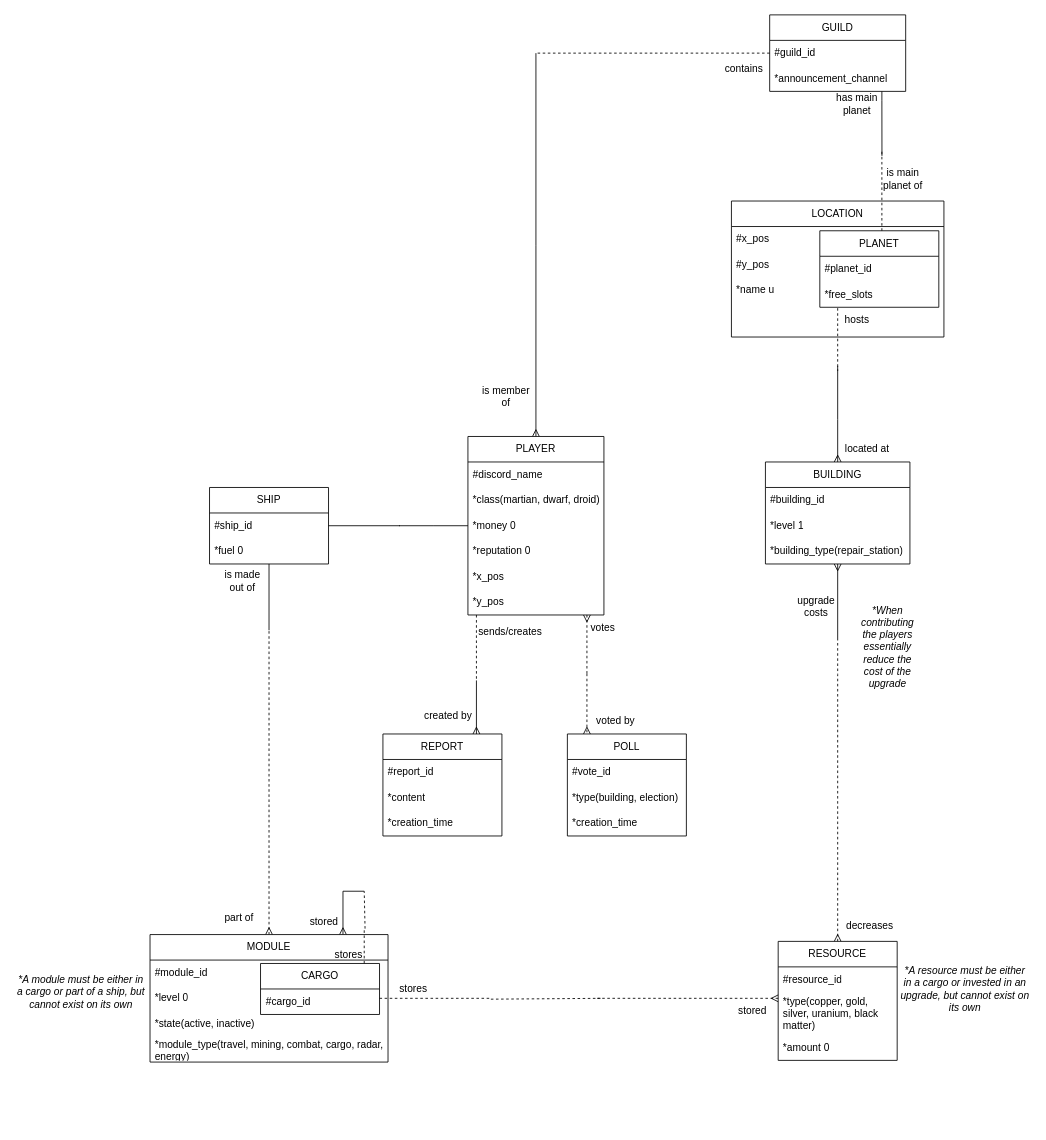
Above: database/ehbdb.drawio in LordTlasT/EtHB-docs (draw.io), before the change. Source tidied: cells renumbered, new cells numbered last; positions are measured from the earlier drawing's top-left corner, leaving out a move shared by most shapes. Both pictures are drawn from the tidied source at 85%, with x=0, y=0 at pixel (14, 14).
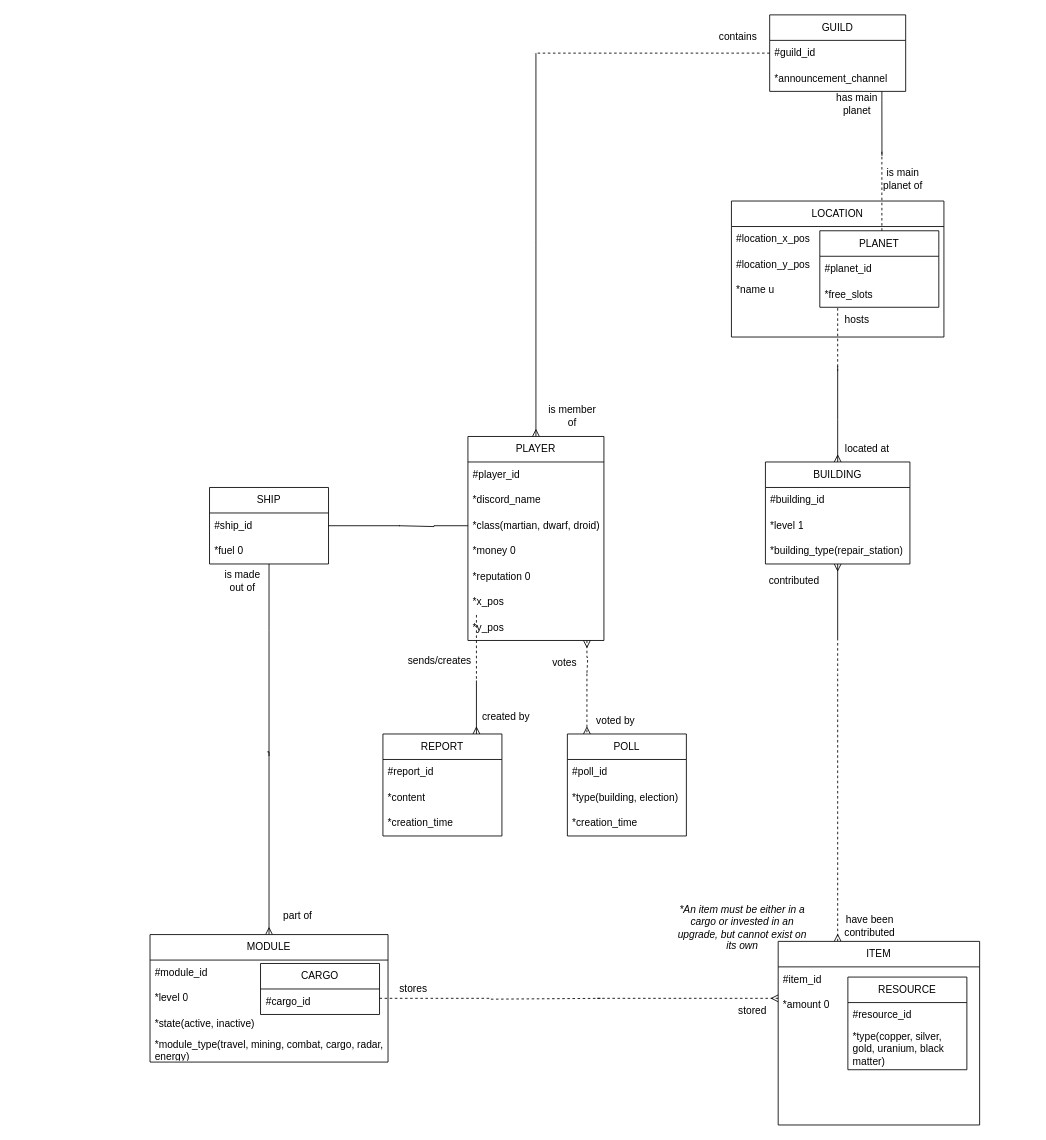
The same page after the edit.

The change refers to these unchanged cells:
```xml
<mxCell id="4" value="MODULE" style="swimlane;fontStyle=0;horizontal=1;startSize=30;whiteSpace=wrap;html=1;" parent="1" vertex="1">
  <mxGeometry x="159" y="1082" width="280" height="150" as="geometry" />
</mxCell>
<mxCell id="27" value="SHIP" style="swimlane;fontStyle=0;horizontal=1;startSize=30;whiteSpace=wrap;html=1;" parent="1" vertex="1">
  <mxGeometry x="229" y="556" width="140" height="90" as="geometry" />
</mxCell>
<mxCell id="46" value="CARGO" style="swimlane;fontStyle=0;horizontal=1;startSize=30;whiteSpace=wrap;html=1;" parent="1" vertex="1">
  <mxGeometry x="289" y="1116" width="140" height="60" as="geometry" />
</mxCell>
<mxCell id="61" value="LOCATION" style="swimlane;fontStyle=0;horizontal=1;startSize=30;whiteSpace=wrap;html=1;" parent="1" vertex="1">
  <mxGeometry x="843" y="219" width="250" height="160" as="geometry" />
</mxCell>
<mxCell id="77" value="POLL" style="swimlane;fontStyle=0;horizontal=1;startSize=30;whiteSpace=wrap;html=1;" parent="1" vertex="1">
  <mxGeometry x="650" y="846" width="140" height="120" as="geometry" />
</mxCell>
```

Change to the diagram source:
```diff
@@
-    <mxCell id="2" style="edgeStyle=orthogonalEdgeStyle;rounded=0;jettySize=auto;html=1;endArrow=none;endFill=0;startArrow=ERmany;startFill=0;dashed=1;" parent="1" edge="1" source="4">
+    <mxCell id="2" style="edgeStyle=orthogonalEdgeStyle;rounded=0;jettySize=auto;html=1;endArrow=none;endFill=0;startArrow=ERmany;startFill=0;" parent="1" edge="1" source="4">
       <mxGeometry relative="1" as="geometry">
-        <mxPoint x="299" y="724" as="targetPoint" />
+        <mxPoint x="297" y="867" as="targetPoint" />
         <Array as="points">
-          <mxPoint x="299" y="754" />
-          <mxPoint x="299" y="754" />
+          <mxPoint x="299" y="867" />
         </Array>
       </mxGeometry>
     </mxCell>
-    <mxCell id="3" style="edgeStyle=orthogonalEdgeStyle;rounded=0;jettySize=auto;html=1;endArrow=none;endFill=0;startArrow=ERmany;startFill=0;" parent="1" edge="1" source="4">
-      <mxGeometry relative="1" as="geometry">
-        <mxPoint x="411" y="1031" as="targetPoint" />
-        <Array as="points">
-          <mxPoint x="386" y="1031" />
-        </Array>
-      </mxGeometry>
-    </mxCell>
@@
     <mxCell id="10" style="edgeStyle=orthogonalEdgeStyle;rounded=0;jettySize=auto;html=1;endArrow=none;endFill=0;" parent="1" edge="1" source="12">
       <mxGeometry relative="1" as="geometry">
         <mxPoint x="451.9" y="601" as="targetPoint" />
+        <Array as="points">
+          <mxPoint x="493" y="601" />
+          <mxPoint x="493" y="602" />
+        </Array>
       </mxGeometry>
     </mxCell>
@@
     <mxCell id="12" value="PLAYER" style="swimlane;fontStyle=0;horizontal=1;startSize=30;whiteSpace=wrap;html=1;" parent="1" vertex="1">
-      <mxGeometry x="533" y="496" width="160" height="210" as="geometry" />
+      <mxGeometry x="533" y="496" width="160" height="240" as="geometry" />
     </mxCell>
+    <mxCell id="87" value="#player_id" style="text;strokeColor=none;fillColor=none;align=left;verticalAlign=middle;spacingLeft=4;spacingRight=4;overflow=hidden;whiteSpace=wrap;html=1;" parent="12" vertex="1">
+      <mxGeometry y="30" width="160" height="30" as="geometry" />
+    </mxCell>
-    <mxCell id="13" value="#discord_name" style="text;strokeColor=none;fillColor=none;align=left;verticalAlign=middle;spacingLeft=4;spacingRight=4;overflow=hidden;whiteSpace=wrap;html=1;" parent="12" vertex="1">
-      <mxGeometry y="30" width="160" height="30" as="geometry" />
+    <mxCell id="13" value="*discord_name" style="text;strokeColor=none;fillColor=none;align=left;verticalAlign=middle;spacingLeft=4;spacingRight=4;overflow=hidden;whiteSpace=wrap;html=1;" parent="12" vertex="1">
+      <mxGeometry y="60" width="160" height="30" as="geometry" />
     </mxCell>
     <mxCell id="14" value="*class(martian, dwarf, droid)" style="text;strokeColor=none;fillColor=none;align=left;verticalAlign=middle;spacingLeft=4;spacingRight=4;overflow=hidden;whiteSpace=wrap;html=1;" parent="12" vertex="1">
-      <mxGeometry y="60" width="160" height="30" as="geometry" />
+      <mxGeometry y="90" width="160" height="30" as="geometry" />
     </mxCell>
     <mxCell id="15" value="*money 0" style="text;strokeColor=none;fillColor=none;align=left;verticalAlign=middle;spacingLeft=4;spacingRight=4;overflow=hidden;whiteSpace=wrap;html=1;" parent="12" vertex="1">
-      <mxGeometry y="90" width="160" height="30" as="geometry" />
+      <mxGeometry y="120" width="160" height="30" as="geometry" />
     </mxCell>
     <mxCell id="16" value="*reputation 0" style="text;strokeColor=none;fillColor=none;align=left;verticalAlign=middle;spacingLeft=4;spacingRight=4;overflow=hidden;whiteSpace=wrap;html=1;" parent="12" vertex="1">
-      <mxGeometry y="120" width="160" height="30" as="geometry" />
+      <mxGeometry y="150" width="160" height="30" as="geometry" />
     </mxCell>
     <mxCell id="17" value="*x_pos" style="text;strokeColor=none;fillColor=none;align=left;verticalAlign=middle;spacingLeft=4;spacingRight=4;overflow=hidden;whiteSpace=wrap;html=1;" parent="12" vertex="1">
-      <mxGeometry y="150" width="160" height="30" as="geometry" />
+      <mxGeometry y="180" width="160" height="30" as="geometry" />
     </mxCell>
     <mxCell id="18" value="*y_pos" style="text;strokeColor=none;fillColor=none;align=left;verticalAlign=middle;spacingLeft=4;spacingRight=4;overflow=hidden;whiteSpace=wrap;html=1;" parent="12" vertex="1">
-      <mxGeometry y="180" width="160" height="30" as="geometry" />
+      <mxGeometry y="210" width="160" height="30" as="geometry" />
     </mxCell>
@@
     <mxCell id="25" style="edgeStyle=orthogonalEdgeStyle;rounded=0;jettySize=auto;html=1;endArrow=none;endFill=0;startArrow=none;startFill=0;" parent="1" edge="1" source="27">
       <mxGeometry relative="1" as="geometry">
-        <mxPoint x="299" y="724" as="targetPoint" />
+        <mxPoint x="299" y="872" as="targetPoint" />
         <Array as="points">
           <mxPoint x="299" y="724" />
         </Array>
       </mxGeometry>
     </mxCell>
@@
-    <mxCell id="40" value="RESOURCE" style="swimlane;fontStyle=0;horizontal=1;startSize=30;whiteSpace=wrap;html=1;" parent="1" vertex="1">
-      <mxGeometry x="898" y="1090" width="140" height="140" as="geometry" />
+    <mxCell id="40" value="ITEM" style="swimlane;fontStyle=0;horizontal=1;startSize=30;whiteSpace=wrap;html=1;" parent="1" vertex="1">
+      <mxGeometry x="898" y="1090" width="237" height="216" as="geometry" />
     </mxCell>
-    <mxCell id="41" value="#resource_id" style="text;strokeColor=none;fillColor=none;align=left;verticalAlign=middle;spacingLeft=4;spacingRight=4;overflow=hidden;whiteSpace=wrap;html=1;" parent="40" vertex="1">
-      <mxGeometry y="30" width="140" height="30" as="geometry" />
+    <mxCell id="41" value="#item_id" style="text;strokeColor=none;fillColor=none;align=left;verticalAlign=middle;spacingLeft=4;spacingRight=4;overflow=hidden;whiteSpace=wrap;html=1;" parent="40" vertex="1">
+      <mxGeometry y="30" width="237" height="30" as="geometry" />
     </mxCell>
-    <mxCell id="42" value="*type(copper, gold, silver, uranium, black matter)" style="text;strokeColor=none;fillColor=none;align=left;verticalAlign=middle;spacingLeft=4;spacingRight=4;overflow=hidden;whiteSpace=wrap;html=1;" parent="40" vertex="1">
-      <mxGeometry y="60" width="140" height="50" as="geometry" />
-    </mxCell>
     <mxCell id="43" value="*amount 0" style="text;strokeColor=none;fillColor=none;align=left;verticalAlign=middle;spacingLeft=4;spacingRight=4;overflow=hidden;whiteSpace=wrap;html=1;" parent="40" vertex="1">
-      <mxGeometry y="110" width="140" height="30" as="geometry" />
+      <mxGeometry y="60" width="237" height="30" as="geometry" />
     </mxCell>
+    <mxCell id="88" value="&amp;nbsp;" style="text;strokeColor=none;fillColor=none;align=left;verticalAlign=middle;spacingLeft=4;spacingRight=4;overflow=hidden;whiteSpace=wrap;html=1;" parent="40" vertex="1">
+      <mxGeometry y="90" width="237" height="126" as="geometry" />
+    </mxCell>
@@
-    <mxCell id="45" style="edgeStyle=orthogonalEdgeStyle;rounded=0;jettySize=auto;html=1;endArrow=none;endFill=0;dashed=1;" parent="1" edge="1" source="46">
-      <mxGeometry relative="1" as="geometry">
-        <mxPoint x="411" y="1031" as="targetPoint" />
-        <Array as="points">
-          <mxPoint x="411" y="1076" />
-          <mxPoint x="412" y="1076" />
-        </Array>
-      </mxGeometry>
-    </mxCell>
@@
-    <mxCell id="53" value="&lt;span style=&quot;color: rgb(0, 0, 0); font-family: Helvetica; font-size: 12px; font-style: normal; font-variant-ligatures: normal; font-variant-caps: normal; font-weight: 400; letter-spacing: normal; orphans: 2; text-align: center; text-indent: 0px; text-transform: none; widows: 2; word-spacing: 0px; -webkit-text-stroke-width: 0px; background-color: rgb(255, 255, 255); text-decoration-thickness: initial; text-decoration-style: initial; text-decoration-color: initial; float: none; display: inline !important;&quot;&gt;decreases&lt;/span&gt;" style="text;html=1;strokeColor=none;fillColor=none;align=center;verticalAlign=middle;whiteSpace=wrap;rounded=0;fontSize=12;" parent="1" vertex="1">
+    <mxCell id="53" value="&lt;span style=&quot;color: rgb(0, 0, 0); font-family: Helvetica; font-size: 12px; font-style: normal; font-variant-ligatures: normal; font-variant-caps: normal; font-weight: 400; letter-spacing: normal; orphans: 2; text-align: center; text-indent: 0px; text-transform: none; widows: 2; word-spacing: 0px; -webkit-text-stroke-width: 0px; background-color: rgb(255, 255, 255); text-decoration-thickness: initial; text-decoration-style: initial; text-decoration-color: initial; float: none; display: inline !important;&quot;&gt;have been contributed&lt;/span&gt;" style="text;html=1;strokeColor=none;fillColor=none;align=center;verticalAlign=middle;whiteSpace=wrap;rounded=0;fontSize=12;" parent="1" vertex="1">
       <mxGeometry x="976" y="1057" width="60" height="30" as="geometry" />
     </mxCell>
     <mxCell id="54" value="part of" style="text;html=1;strokeColor=none;fillColor=none;align=center;verticalAlign=middle;whiteSpace=wrap;rounded=0;fontSize=12;" parent="1" vertex="1">
-      <mxGeometry x="234" y="1048" width="60" height="30" as="geometry" />
+      <mxGeometry x="303" y="1045" width="60" height="30" as="geometry" />
     </mxCell>
-    <mxCell id="55" value="&lt;span style=&quot;color: rgb(0, 0, 0); font-family: Helvetica; font-size: 12px; font-style: normal; font-variant-ligatures: normal; font-variant-caps: normal; font-weight: 400; letter-spacing: normal; orphans: 2; text-align: center; text-indent: 0px; text-transform: none; widows: 2; word-spacing: 0px; -webkit-text-stroke-width: 0px; background-color: rgb(255, 255, 255); text-decoration-thickness: initial; text-decoration-style: initial; text-decoration-color: initial; float: none; display: inline !important;&quot;&gt;upgrade costs&lt;/span&gt;" style="text;html=1;strokeColor=none;fillColor=none;align=center;verticalAlign=middle;whiteSpace=wrap;rounded=0;fontSize=12;" parent="1" vertex="1">
-      <mxGeometry x="913" y="681" width="60" height="30" as="geometry" />
+    <mxCell id="55" value="contributed" style="text;html=1;strokeColor=none;fillColor=none;align=center;verticalAlign=middle;whiteSpace=wrap;rounded=0;fontSize=12;" parent="1" vertex="1">
+      <mxGeometry x="887" y="651" width="60" height="30" as="geometry" />
     </mxCell>
@@
     <mxCell id="58" value="sends/creates" style="text;html=1;strokeColor=none;fillColor=none;align=center;verticalAlign=middle;whiteSpace=wrap;rounded=0;" parent="1" vertex="1">
-      <mxGeometry x="553" y="711" width="60" height="30" as="geometry" />
+      <mxGeometry x="470" y="745" width="60" height="30" as="geometry" />
     </mxCell>
     <mxCell id="59" value="created by" style="text;html=1;strokeColor=none;fillColor=none;align=center;verticalAlign=middle;whiteSpace=wrap;rounded=0;" parent="1" vertex="1">
-      <mxGeometry x="480" y="810" width="60" height="30" as="geometry" />
+      <mxGeometry x="548" y="811" width="60" height="30" as="geometry" />
     </mxCell>
@@
-    <mxCell id="62" value="#x_pos" style="text;strokeColor=none;fillColor=none;align=left;verticalAlign=middle;spacingLeft=4;spacingRight=4;overflow=hidden;whiteSpace=wrap;html=1;" parent="61" vertex="1">
+    <mxCell id="62" value="#location_x_pos" style="text;strokeColor=none;fillColor=none;align=left;verticalAlign=middle;spacingLeft=4;spacingRight=4;overflow=hidden;whiteSpace=wrap;html=1;" parent="61" vertex="1">
       <mxGeometry y="30" width="250" height="30" as="geometry" />
     </mxCell>
-    <mxCell id="63" value="#y_pos" style="text;strokeColor=none;fillColor=none;align=left;verticalAlign=middle;spacingLeft=4;spacingRight=4;overflow=hidden;whiteSpace=wrap;html=1;" parent="61" vertex="1">
+    <mxCell id="63" value="#location_y_pos" style="text;strokeColor=none;fillColor=none;align=left;verticalAlign=middle;spacingLeft=4;spacingRight=4;overflow=hidden;whiteSpace=wrap;html=1;" parent="61" vertex="1">
       <mxGeometry y="60" width="250" height="30" as="geometry" />
     </mxCell>
@@
     <mxCell id="68" value="is member of" style="text;html=1;strokeColor=none;fillColor=none;align=center;verticalAlign=middle;whiteSpace=wrap;rounded=0;" parent="1" vertex="1">
-      <mxGeometry x="548" y="434" width="60" height="30" as="geometry" />
+      <mxGeometry x="626" y="457" width="60" height="30" as="geometry" />
     </mxCell>
     <mxCell id="69" value="contains" style="text;html=1;strokeColor=none;fillColor=none;align=center;verticalAlign=middle;whiteSpace=wrap;rounded=0;" parent="1" vertex="1">
-      <mxGeometry x="828" y="49" width="60" height="30" as="geometry" />
+      <mxGeometry x="821" y="11" width="60" height="30" as="geometry" />
     </mxCell>
@@
-    <mxCell id="72" value="stored" style="text;html=1;strokeColor=none;fillColor=none;align=center;verticalAlign=middle;whiteSpace=wrap;rounded=0;" parent="1" vertex="1">
-      <mxGeometry x="334" y="1052" width="60" height="30" as="geometry" />
-    </mxCell>
-    <mxCell id="73" value="stores" style="text;html=1;strokeColor=none;fillColor=none;align=center;verticalAlign=middle;whiteSpace=wrap;rounded=0;" parent="1" vertex="1">
-      <mxGeometry x="363" y="1091" width="60" height="30" as="geometry" />
-    </mxCell>
-    <mxCell id="74" value="&lt;i&gt;*When contributing the players essentially reduce the cost of the upgrade&lt;/i&gt;" style="text;html=1;strokeColor=none;fillColor=none;align=center;verticalAlign=middle;whiteSpace=wrap;rounded=0;" parent="1" vertex="1">
-      <mxGeometry x="997" y="729" width="60" height="30" as="geometry" />
-    </mxCell>
@@
-    <mxCell id="76" style="edgeStyle=orthogonalEdgeStyle;rounded=0;orthogonalLoop=1;jettySize=auto;html=1;dashed=1;endArrow=none;endFill=0;startArrow=ERmany;startFill=0;" parent="1" edge="1">
+    <mxCell id="76" style="edgeStyle=orthogonalEdgeStyle;rounded=0;jettySize=auto;html=1;dashed=1;endArrow=none;endFill=0;startArrow=ERmany;startFill=0;" parent="1" edge="1" source="12">
       <mxGeometry relative="1" as="geometry">
-        <mxPoint x="673" y="706" as="sourcePoint" />
         <mxPoint x="673" y="775" as="targetPoint" />
+        <Array as="points">
+          <mxPoint x="673" y="756" />
+          <mxPoint x="674" y="756" />
+        </Array>
       </mxGeometry>
     </mxCell>
@@
-    <mxCell id="78" value="#vote_id" style="text;strokeColor=none;fillColor=none;align=left;verticalAlign=middle;spacingLeft=4;spacingRight=4;overflow=hidden;whiteSpace=wrap;html=1;" parent="77" vertex="1">
+    <mxCell id="78" value="#poll_id" style="text;strokeColor=none;fillColor=none;align=left;verticalAlign=middle;spacingLeft=4;spacingRight=4;overflow=hidden;whiteSpace=wrap;html=1;" parent="77" vertex="1">
       <mxGeometry y="30" width="140" height="30" as="geometry" />
     </mxCell>
@@
     <mxCell id="81" value="votes" style="text;html=1;strokeColor=none;fillColor=none;align=center;verticalAlign=middle;whiteSpace=wrap;rounded=0;" parent="1" vertex="1">
-      <mxGeometry x="662" y="706" width="60" height="30" as="geometry" />
+      <mxGeometry x="617" y="748" width="60" height="30" as="geometry" />
     </mxCell>
@@
-    <mxCell id="84" value="*A resource must be either in a cargo or invested in an upgrade, but cannot exist on its own" style="text;html=1;strokeColor=none;fillColor=none;align=center;verticalAlign=middle;whiteSpace=wrap;rounded=0;fontStyle=2;" parent="1" vertex="1">
-      <mxGeometry x="1040" y="1109" width="156" height="74" as="geometry" />
+    <mxCell id="84" value="*An item must be either in a cargo or invested in an upgrade, but cannot exist on its own" style="text;html=1;strokeColor=none;fillColor=none;align=center;verticalAlign=middle;whiteSpace=wrap;rounded=0;fontStyle=2;" parent="1" vertex="1">
+      <mxGeometry x="778" y="1037" width="156" height="74" as="geometry" />
     </mxCell>
@@
-    <mxCell id="86" value="*A module must be either in a cargo or part of a ship, but cannot exist on its own" style="text;html=1;strokeColor=none;fillColor=none;align=center;verticalAlign=middle;whiteSpace=wrap;rounded=0;fontStyle=2;" parent="1" vertex="1">
-      <mxGeometry y="1113" width="156" height="74" as="geometry" />
-    </mxCell>
+    <mxCell id="89" value="RESOURCE" style="swimlane;fontStyle=0;horizontal=1;startSize=30;whiteSpace=wrap;html=1;" parent="1" vertex="1">
+      <mxGeometry x="980" y="1132" width="140" height="109" as="geometry" />
+    </mxCell>
+    <mxCell id="90" value="#resource_id" style="text;strokeColor=none;fillColor=none;align=left;verticalAlign=middle;spacingLeft=4;spacingRight=4;overflow=hidden;whiteSpace=wrap;html=1;" parent="89" vertex="1">
+      <mxGeometry y="30" width="140" height="30" as="geometry" />
+    </mxCell>
+    <mxCell id="91" value="&lt;span style=&quot;color: rgb(0, 0, 0); font-family: Helvetica; font-size: 12px; font-style: normal; font-variant-ligatures: normal; font-variant-caps: normal; font-weight: 400; letter-spacing: normal; orphans: 2; text-align: left; text-indent: 0px; text-transform: none; widows: 2; word-spacing: 0px; -webkit-text-stroke-width: 0px; background-color: rgb(255, 255, 255); text-decoration-thickness: initial; text-decoration-style: initial; text-decoration-color: initial; float: none; display: inline !important;&quot;&gt;*type(copper, silver, gold, uranium, black matter)&lt;/span&gt;" style="text;strokeColor=none;fillColor=none;align=left;verticalAlign=middle;spacingLeft=4;spacingRight=4;overflow=hidden;whiteSpace=wrap;html=1;" parent="89" vertex="1">
+      <mxGeometry y="60" width="140" height="49" as="geometry" />
+    </mxCell>
```
